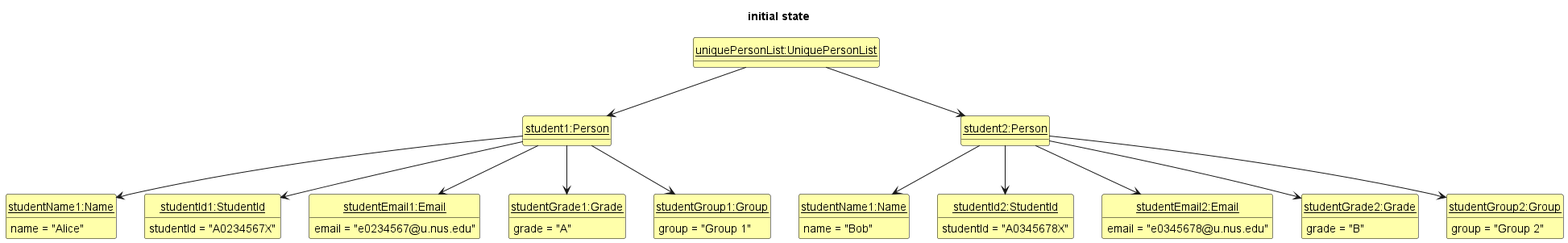
The PlantUML diagram docs/images/AddState1.png in willowisp01/tp, before a commit.
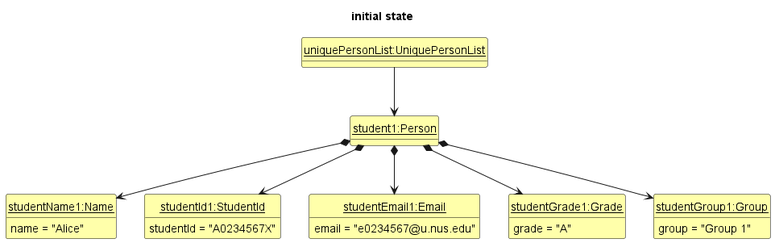
Above is the later version.

What changed in the source:
```diff
@@ -10,49 +10,26 @@
 
 class uniquePersonList as "<u>uniquePersonList:UniquePersonList</u>"
 class student1 as "<u>student1:Person</u>" {}
-class student2 as "<u>student2:Person</u>" {}
 class studentName1 as "<u>studentName1:Name</u>" {
     name = "Alice"
-}
-class studentName2 as "<u>studentName1:Name</u>" {
-    name = "Bob"
 }
 class studentId1 as "<u>studentId1:StudentId</u>" {
     studentId = "A0234567X"
 }
-class studentId2 as "<u>studentId2:StudentId</u>" {
-    studentId = "A0345678X"
-}
 class studentEmail1 as "<u>studentEmail1:Email</u>" {
     email = "e0234567@u.nus.edu"
-}
-class studentEmail2 as "<u>studentEmail2:Email</u>" {
-    email = "e0345678@u.nus.edu"
 }
 class studentGrade1 as "<u>studentGrade1:Grade</u>" {
     grade = "A"
 }
-class studentGrade2 as "<u>studentGrade2:Grade</u>" {
-    grade = "B"
-}
 class studentGroup1 as "<u>studentGroup1:Group</u>" {
     group = "Group 1"
 }
-class studentGroup2 as "<u>studentGroup2:Group</u>" {
-    group = "Group 2"
-}
-student1 -[hidden]right-> student2
 
 uniquePersonList -down-> student1
-uniquePersonList -down-> student2
-student1 -down-> studentName1
-student2 -down-> studentName2
-student1 -down-> studentId1
-student2 -down-> studentId2
-student1 -down-> studentEmail1
-student2 -down-> studentEmail2
-student1 -down-> studentGrade1
-student2 -down-> studentGrade2
-student1 -down-> studentGroup1
-student2 -down-> studentGroup2
+student1 *-down-> studentName1
+student1 *-down-> studentId1
+student1 *-down-> studentEmail1
+student1 *-down-> studentGrade1
+student1 *-down-> studentGroup1
 @enduml
```
